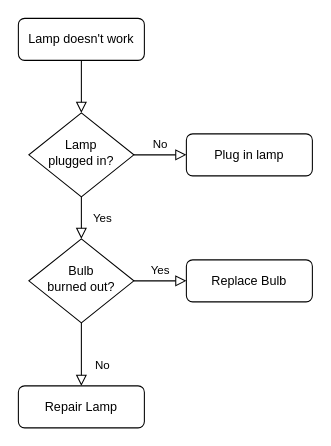
Before: Diagrama sin título.drawio in Marioneri21/sistemasembebidos, a draw.io diagram. Source tidied: cells renumbered, new cells numbered last; positions are measured from the earlier drawing's top-left corner, leaving out a move shared by most shapes. Both pictures are drawn from the tidied source at 105%, with x=0, y=0 at pixel (18, 18).
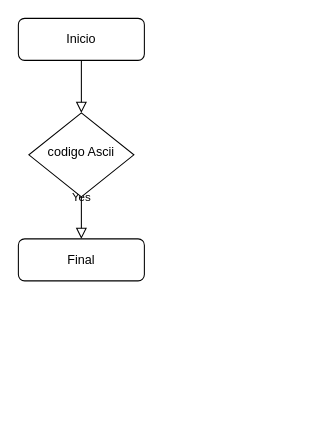
The same page after the edit.

Diff of the diagram source:
```diff
@@
 <mxGraphModel>
   <root>
     <mxCell id="0" />
     <mxCell id="1" parent="0" />
     <mxCell id="2" style="rounded=0;html=1;jettySize=auto;fontSize=11;endArrow=block;endFill=0;endSize=8;strokeWidth=1;shadow=0;labelBackgroundColor=none;edgeStyle=orthogonalEdgeStyle;" parent="1" edge="1" source="3" target="6">
       <mxGeometry relative="1" as="geometry" />
     </mxCell>
-    <mxCell id="3" value="Lamp doesn't work" style="rounded=1;whiteSpace=wrap;html=1;fontSize=12;glass=0;strokeWidth=1;shadow=0;" parent="1" vertex="1">
+    <mxCell id="3" value="Inicio" style="rounded=1;whiteSpace=wrap;html=1;fontSize=12;glass=0;strokeWidth=1;shadow=0;" parent="1" vertex="1">
       <mxGeometry width="120" height="40" as="geometry" />
     </mxCell>
-    <mxCell id="4" value="Yes" style="rounded=0;html=1;jettySize=auto;fontSize=11;endArrow=block;endFill=0;endSize=8;strokeWidth=1;shadow=0;labelBackgroundColor=none;edgeStyle=orthogonalEdgeStyle;" parent="1" edge="1" source="6" target="10">
-      <mxGeometry y="20" relative="1" as="geometry" />
+    <mxCell id="4" value="Yes" style="rounded=0;html=1;jettySize=auto;fontSize=11;endArrow=block;endFill=0;endSize=8;strokeWidth=1;shadow=0;labelBackgroundColor=none;edgeStyle=orthogonalEdgeStyle;" parent="1" edge="1" source="6">
+      <mxGeometry y="20" relative="1" as="geometry">
+        <mxPoint x="60" y="210" as="targetPoint" />
+      </mxGeometry>
     </mxCell>
-    <mxCell id="5" value="No" style="edgeStyle=orthogonalEdgeStyle;rounded=0;html=1;jettySize=auto;fontSize=11;endArrow=block;endFill=0;endSize=8;strokeWidth=1;shadow=0;labelBackgroundColor=none;" parent="1" edge="1" source="6" target="7">
-      <mxGeometry y="10" relative="1" as="geometry" />
-    </mxCell>
-    <mxCell id="6" value="Lamp&lt;br&gt;plugged in?" style="rhombus;whiteSpace=wrap;html=1;shadow=0;fontFamily=Helvetica;fontSize=12;align=center;strokeWidth=1;spacing=6;spacingTop=-4;" parent="1" vertex="1">
+    <mxCell id="6" value="codigo Ascii" style="rhombus;whiteSpace=wrap;html=1;shadow=0;fontFamily=Helvetica;fontSize=12;align=center;strokeWidth=1;spacing=6;spacingTop=-4;" parent="1" vertex="1">
       <mxGeometry x="10" y="90" width="100" height="80" as="geometry" />
     </mxCell>
-    <mxCell id="7" value="Plug in lamp" style="rounded=1;whiteSpace=wrap;html=1;fontSize=12;glass=0;strokeWidth=1;shadow=0;" parent="1" vertex="1">
-      <mxGeometry x="160" y="110" width="120" height="40" as="geometry" />
-    </mxCell>
-    <mxCell id="8" value="No" style="rounded=0;html=1;jettySize=auto;fontSize=11;endArrow=block;endFill=0;endSize=8;strokeWidth=1;shadow=0;labelBackgroundColor=none;edgeStyle=orthogonalEdgeStyle;" parent="1" edge="1" source="10" target="11">
-      <mxGeometry x="0.33" y="20" relative="1" as="geometry" />
-    </mxCell>
-    <mxCell id="9" value="Yes" style="edgeStyle=orthogonalEdgeStyle;rounded=0;html=1;jettySize=auto;fontSize=11;endArrow=block;endFill=0;endSize=8;strokeWidth=1;shadow=0;labelBackgroundColor=none;" parent="1" edge="1" source="10" target="12">
-      <mxGeometry y="10" relative="1" as="geometry" />
-    </mxCell>
-    <mxCell id="10" value="Bulb&lt;br&gt;burned out?" style="rhombus;whiteSpace=wrap;html=1;shadow=0;fontFamily=Helvetica;fontSize=12;align=center;strokeWidth=1;spacing=6;spacingTop=-4;" parent="1" vertex="1">
-      <mxGeometry x="10" y="210" width="100" height="80" as="geometry" />
-    </mxCell>
-    <mxCell id="11" value="Repair Lamp" style="rounded=1;whiteSpace=wrap;html=1;fontSize=12;glass=0;strokeWidth=1;shadow=0;" parent="1" vertex="1">
-      <mxGeometry y="350" width="120" height="40" as="geometry" />
+    <mxCell id="11" value="Final" style="rounded=1;whiteSpace=wrap;html=1;fontSize=12;glass=0;strokeWidth=1;shadow=0;" parent="1" vertex="1">
+      <mxGeometry y="210" width="120" height="40" as="geometry" />
     </mxCell>
-    <mxCell id="12" value="Replace Bulb" style="rounded=1;whiteSpace=wrap;html=1;fontSize=12;glass=0;strokeWidth=1;shadow=0;" parent="1" vertex="1">
-      <mxGeometry x="160" y="230" width="120" height="40" as="geometry" />
-    </mxCell>
   </root>
 </mxGraphModel>
```
